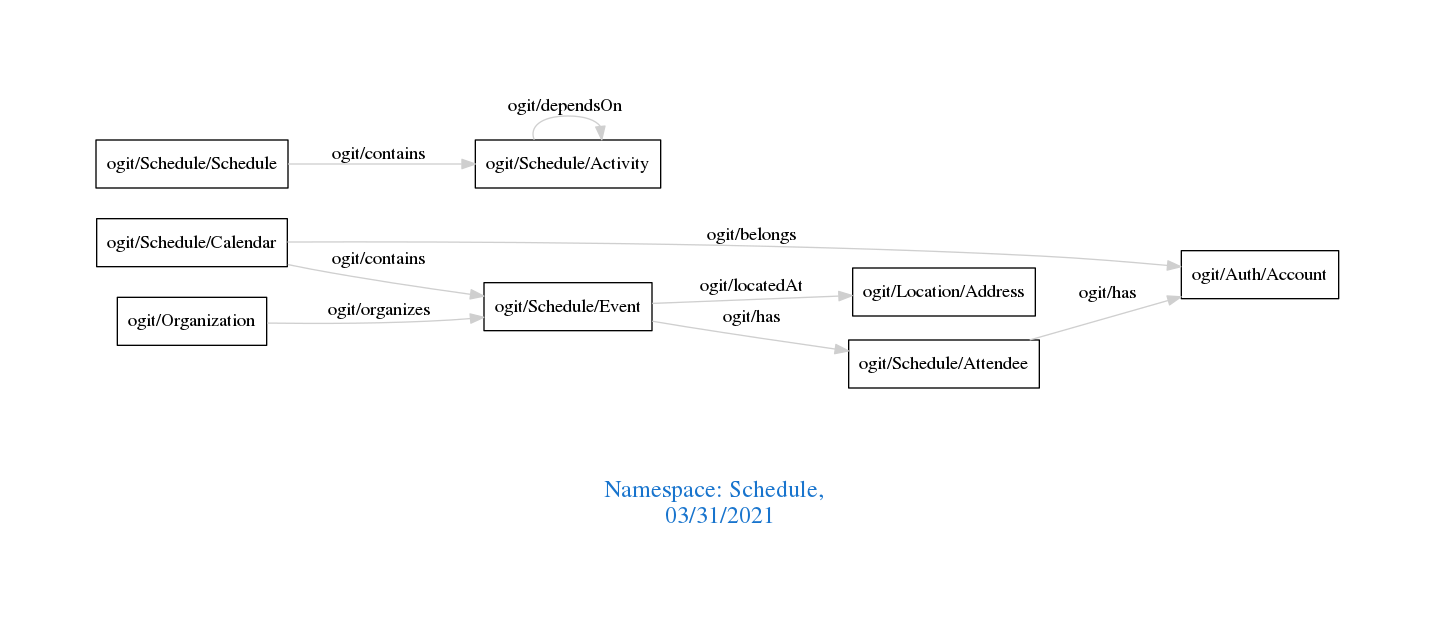
Earlier version of the Graphviz export downloads/Schedule.png (arago/OGIT). Its source is kept beside it as downloads/Schedule.dot.
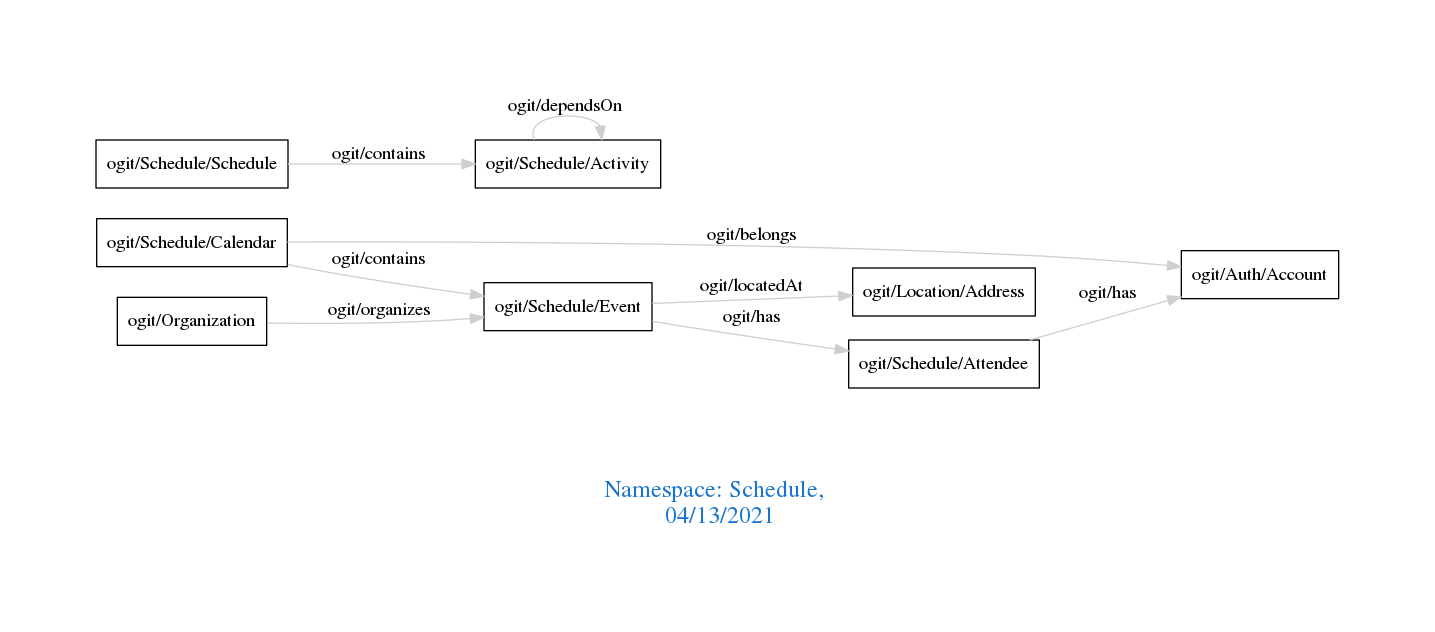
The same file after the commit.

What changed in the source:
```diff
@@ -1,7 +1,7 @@
 digraph OGIT_ontology {
  graph [ rankdir= LR,pad=1
 fontsize = 18,
-fontcolor= dodgerblue3,label = "\n\n\nNamespace: Schedule, \n 03/31/2021"];
+fontcolor= dodgerblue3,label = "\n\n\nNamespace: Schedule, \n 04/13/2021"];
 node[shape=polygon];
 edge [  color="gray81"];
 
```
